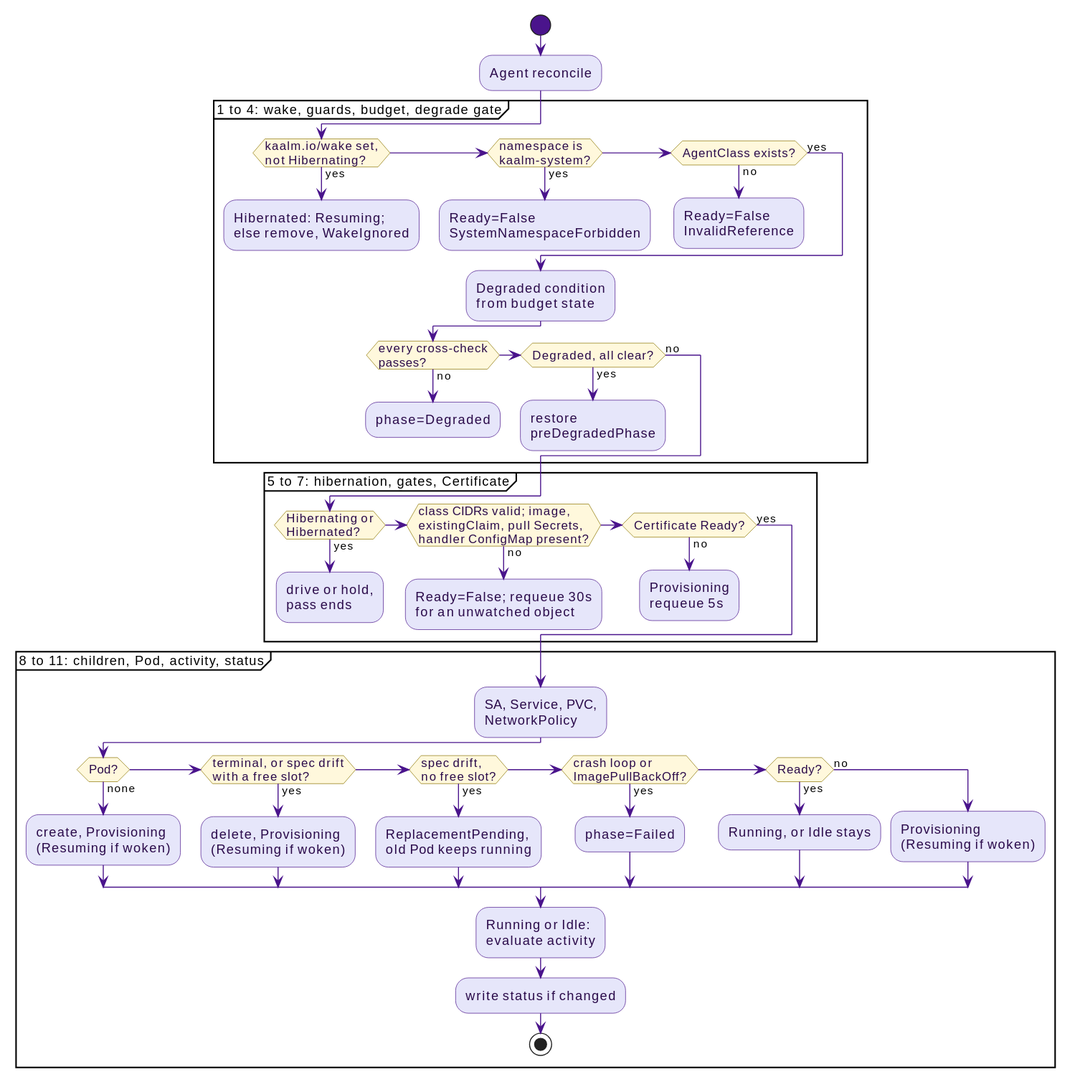
Above: docs/src/diagrams/agent-reconcile-pass.svg in win07xp/kaalm (PlantUML), before the change.
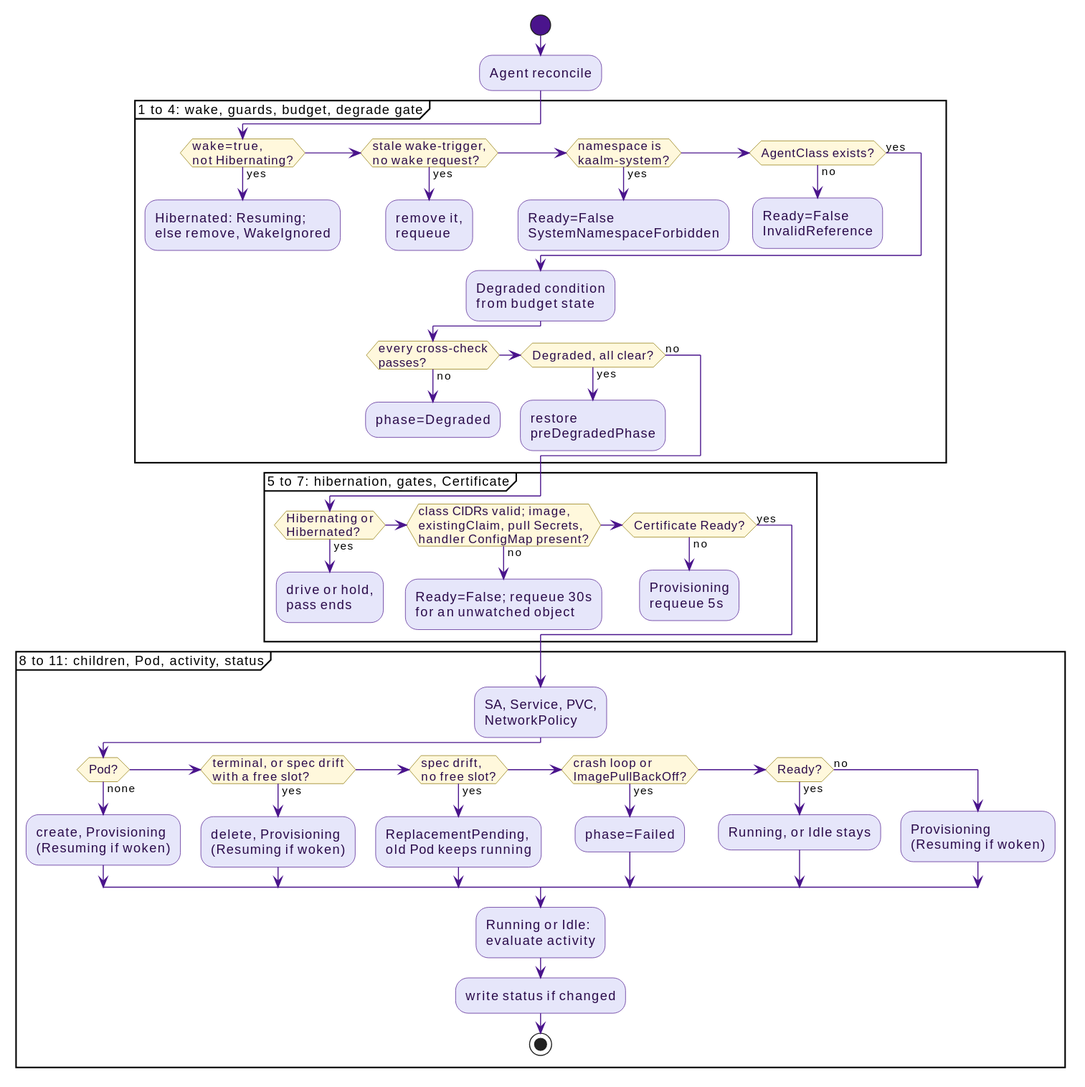
After the commit.

The edit, as a diff of the source:
```diff
@@ -5,8 +5,11 @@
 :Agent reconcile;
 
 partition "1 to 4: wake, guards, budget, degrade gate" {
-  if (kaalm.io/wake set,\nnot Hibernating?) then (yes)
+  if (wake=true,\nnot Hibernating?) then (yes)
     :Hibernated: Resuming;\nelse remove, WakeIgnored;
+    kill
+  elseif (stale wake-trigger,\nno wake request?) then (yes)
+    :remove it,\nrequeue;
     kill
   elseif (namespace is\nkaalm-system?) then (yes)
     :Ready=False\nSystemNamespaceForbidden;
```
